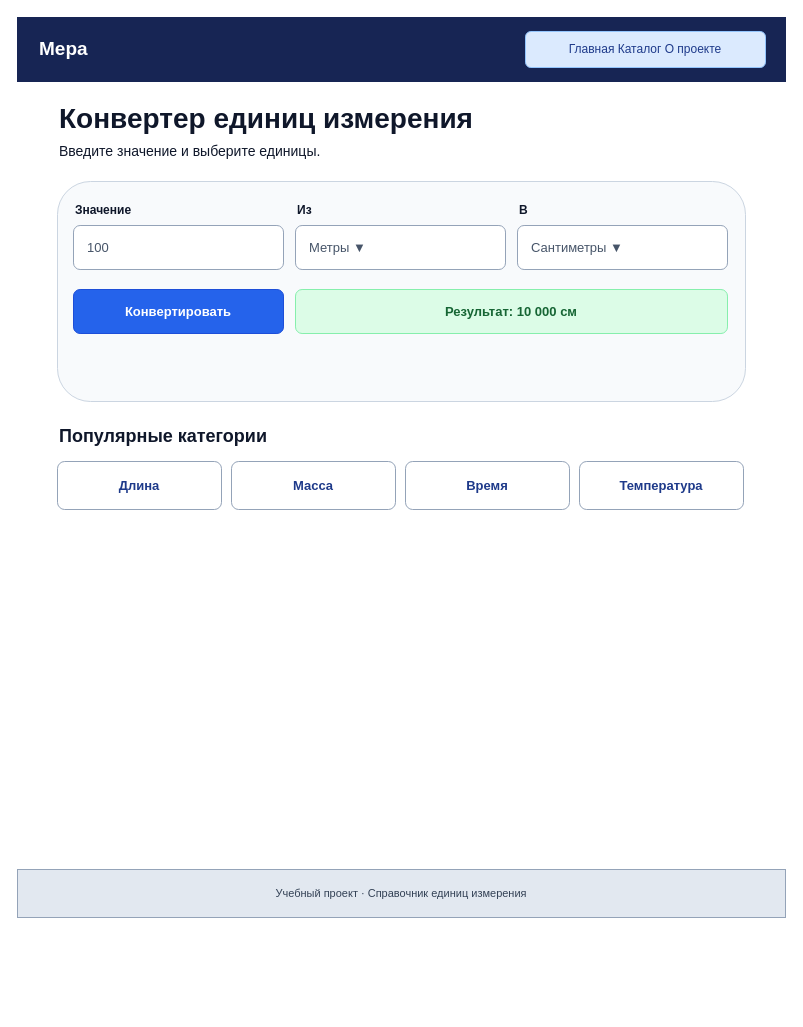
Anatoly-Sobolev/web keeps this draw.io diagram as page "Главная и конвертер — Tablet" (3 of 11) of design/prototypes.drawio. Above is the earlier version. Source tidied: cells renumbered, new cells numbered last; positions are measured from the earlier drawing's top-left corner, leaving out a move shared by most shapes. Both pictures are drawn from the tidied source at 100%, with x=0, y=0 at pixel (17, 17).
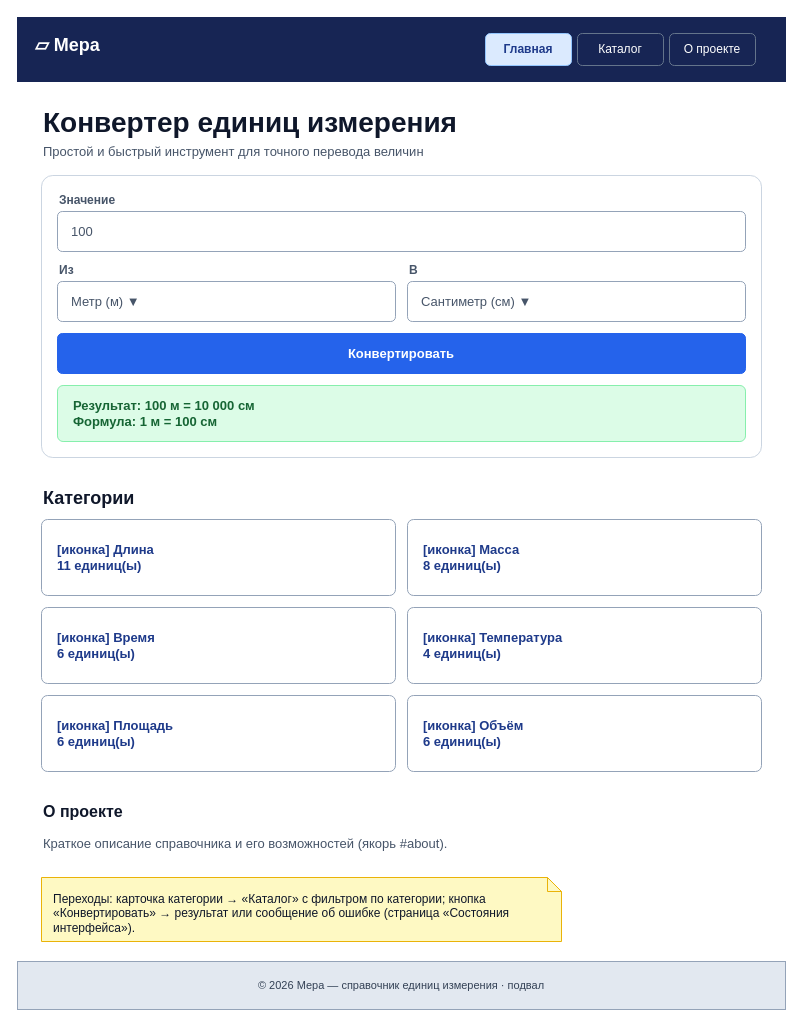
The same diagram, later.

What changed in the source:
```diff
@@
-    <mxCell id="2" value="Мера" style="rounded=0;whiteSpace=wrap;html=1;fillColor=#172554;strokeColor=#172554;fontColor=#ffffff;fontSize=19;fontStyle=1;align=left;spacingLeft=20;" parent="1" vertex="1">
-      <mxGeometry width="768" height="64" as="geometry" />
-    </mxCell>
-    <mxCell id="3" value="Главная   Каталог   О проекте" style="rounded=1;whiteSpace=wrap;html=1;fillColor=#dbeafe;strokeColor=#93c5fd;fontColor=#1e3a8a;fontSize=12;" parent="1" vertex="1">
-      <mxGeometry x="508" y="14" width="240" height="36" as="geometry" />
-    </mxCell>
+    <mxCell id="21" style="rounded=0;whiteSpace=wrap;html=1;fillColor=#172554;strokeColor=#172554;" parent="1" vertex="1">
+      <mxGeometry width="768" height="64" as="geometry" />
+    </mxCell>
+    <mxCell id="22" value="▱ Мера" style="text;html=1;strokeColor=none;fillColor=none;fontColor=#ffffff;fontSize=18;fontStyle=1;align=left;verticalAlign=middle;" parent="1" vertex="1">
+      <mxGeometry x="16" y="12" width="110" height="32" as="geometry" />
+    </mxCell>
+    <mxCell id="23" value="Главная" style="rounded=1;whiteSpace=wrap;html=1;fillColor=#dbeafe;strokeColor=#93c5fd;fontColor=#1e3a8a;fontSize=12;fontStyle=1;" parent="1" vertex="1">
+      <mxGeometry x="468" y="16" width="86" height="32" as="geometry" />
+    </mxCell>
+    <mxCell id="24" value="Каталог" style="rounded=1;whiteSpace=wrap;html=1;fillColor=none;strokeColor=#64748b;fontColor=#ffffff;fontSize=12;fontStyle=0;" parent="1" vertex="1">
+      <mxGeometry x="560" y="16" width="86" height="32" as="geometry" />
+    </mxCell>
+    <mxCell id="25" value="О проекте" style="rounded=1;whiteSpace=wrap;html=1;fillColor=none;strokeColor=#64748b;fontColor=#ffffff;fontSize=12;fontStyle=0;" parent="1" vertex="1">
+      <mxGeometry x="652" y="16" width="86" height="32" as="geometry" />
+    </mxCell>
     <mxCell id="4" value="Конвертер единиц измерения" style="text;html=1;strokeColor=none;fillColor=none;align=left;verticalAlign=middle;whiteSpace=wrap;fontSize=28;fontStyle=1;fontColor=#0f172a;" parent="1" vertex="1">
-      <mxGeometry x="40" y="82" width="688" height="38" as="geometry" />
+      <mxGeometry x="24" y="88" width="720" height="34" as="geometry" />
     </mxCell>
-    <mxCell id="5" value="Введите значение и выберите единицы." style="text;html=1;strokeColor=none;fillColor=none;align=left;verticalAlign=middle;whiteSpace=wrap;fontSize=14;fontStyle=0;fontColor=#0f172a;" parent="1" vertex="1">
-      <mxGeometry x="40" y="120" width="688" height="28" as="geometry" />
-    </mxCell>
-    <mxCell id="6" style="rounded=1;whiteSpace=wrap;html=1;fillColor=#f8fafc;strokeColor=#cbd5e1;" parent="1" vertex="1">
-      <mxGeometry x="40" y="164" width="688" height="220" as="geometry" />
-    </mxCell>
+    <mxCell id="26" value="Простой и быстрый инструмент для точного перевода величин" style="text;html=1;strokeColor=none;fillColor=none;align=left;verticalAlign=middle;whiteSpace=wrap;fontSize=13;fontStyle=0;fontColor=#475569;" parent="1" vertex="1">
+      <mxGeometry x="24" y="122" width="720" height="24" as="geometry" />
+    </mxCell>
+    <mxCell id="27" style="rounded=1;arcSize=4;whiteSpace=wrap;html=1;fillColor=#ffffff;strokeColor=#cbd5e1;" parent="1" vertex="1">
+      <mxGeometry x="24" y="158" width="720" height="282" as="geometry" />
+    </mxCell>
-    <mxCell id="7" value="Значение" style="text;html=1;strokeColor=none;fillColor=none;align=left;verticalAlign=middle;whiteSpace=wrap;fontSize=12;fontStyle=1;fontColor=#0f172a;" parent="1" vertex="1">
-      <mxGeometry x="56" y="182" width="210" height="22" as="geometry" />
+    <mxCell id="7" value="Значение" style="text;html=1;strokeColor=none;fillColor=none;align=left;verticalAlign=middle;whiteSpace=wrap;fontSize=12;fontStyle=1;fontColor=#475569;" parent="1" vertex="1">
+      <mxGeometry x="40" y="174" width="688" height="18" as="geometry" />
     </mxCell>
+    <mxCell id="10" value="100" style="rounded=1;arcSize=12;whiteSpace=wrap;html=1;fillColor=#ffffff;strokeColor=#94a3b8;fontColor=#475569;align=left;spacingLeft=12;fontSize=13;" parent="1" vertex="1">
+      <mxGeometry x="40" y="194" width="688" height="40" as="geometry" />
+    </mxCell>
-    <mxCell id="8" value="Из" style="text;html=1;strokeColor=none;fillColor=none;align=left;verticalAlign=middle;whiteSpace=wrap;fontSize=12;fontStyle=1;fontColor=#0f172a;" parent="1" vertex="1">
-      <mxGeometry x="278" y="182" width="210" height="22" as="geometry" />
+    <mxCell id="8" value="Из" style="text;html=1;strokeColor=none;fillColor=none;align=left;verticalAlign=middle;whiteSpace=wrap;fontSize=12;fontStyle=1;fontColor=#475569;" parent="1" vertex="1">
+      <mxGeometry x="40" y="244" width="338" height="18" as="geometry" />
     </mxCell>
-    <mxCell id="9" value="В" style="text;html=1;strokeColor=none;fillColor=none;align=left;verticalAlign=middle;whiteSpace=wrap;fontSize=12;fontStyle=1;fontColor=#0f172a;" parent="1" vertex="1">
-      <mxGeometry x="500" y="182" width="210" height="22" as="geometry" />
+    <mxCell id="9" value="В" style="text;html=1;strokeColor=none;fillColor=none;align=left;verticalAlign=middle;whiteSpace=wrap;fontSize=12;fontStyle=1;fontColor=#475569;" parent="1" vertex="1">
+      <mxGeometry x="390" y="244" width="338" height="18" as="geometry" />
     </mxCell>
-    <mxCell id="10" value="100" style="rounded=1;whiteSpace=wrap;html=1;fillColor=#ffffff;strokeColor=#94a3b8;fontColor=#475569;align=left;spacingLeft=12;fontSize=13;" parent="1" vertex="1">
-      <mxGeometry x="56" y="208" width="210" height="44" as="geometry" />
-    </mxCell>
-    <mxCell id="11" value="Метры ▼" style="rounded=1;whiteSpace=wrap;html=1;fillColor=#ffffff;strokeColor=#94a3b8;fontColor=#475569;align=left;spacingLeft=12;fontSize=13;" parent="1" vertex="1">
-      <mxGeometry x="278" y="208" width="210" height="44" as="geometry" />
-    </mxCell>
-    <mxCell id="12" value="Сантиметры ▼" style="rounded=1;whiteSpace=wrap;html=1;fillColor=#ffffff;strokeColor=#94a3b8;fontColor=#475569;align=left;spacingLeft=12;fontSize=13;" parent="1" vertex="1">
-      <mxGeometry x="500" y="208" width="210" height="44" as="geometry" />
-    </mxCell>
+    <mxCell id="28" value="Метр (м) ▼" style="rounded=1;arcSize=12;whiteSpace=wrap;html=1;fillColor=#ffffff;strokeColor=#94a3b8;fontColor=#475569;align=left;spacingLeft=12;fontSize=13;" parent="1" vertex="1">
+      <mxGeometry x="40" y="264" width="338" height="40" as="geometry" />
+    </mxCell>
+    <mxCell id="29" value="Сантиметр (см) ▼" style="rounded=1;arcSize=12;whiteSpace=wrap;html=1;fillColor=#ffffff;strokeColor=#94a3b8;fontColor=#475569;align=left;spacingLeft=12;fontSize=13;" parent="1" vertex="1">
+      <mxGeometry x="390" y="264" width="338" height="40" as="geometry" />
+    </mxCell>
-    <mxCell id="13" value="Конвертировать" style="rounded=1;whiteSpace=wrap;html=1;fillColor=#2563eb;strokeColor=#1d4ed8;fontColor=#ffffff;fontStyle=1;fontSize=13;" parent="1" vertex="1">
-      <mxGeometry x="56" y="272" width="210" height="44" as="geometry" />
+    <mxCell id="13" value="Конвертировать" style="rounded=1;arcSize=12;whiteSpace=wrap;html=1;fillColor=#2563eb;strokeColor=#2563eb;fontColor=#ffffff;fontStyle=1;fontSize=13;" parent="1" vertex="1">
+      <mxGeometry x="40" y="316" width="688" height="40" as="geometry" />
     </mxCell>
-    <mxCell id="14" value="Результат: 10 000 см" style="rounded=1;whiteSpace=wrap;html=1;fillColor=#dcfce7;strokeColor=#86efac;fontColor=#166534;fontStyle=1;fontSize=13;" parent="1" vertex="1">
-      <mxGeometry x="278" y="272" width="432" height="44" as="geometry" />
-    </mxCell>
-    <mxCell id="15" value="Популярные категории" style="text;html=1;strokeColor=none;fillColor=none;align=left;verticalAlign=middle;whiteSpace=wrap;fontSize=18;fontStyle=1;fontColor=#0f172a;" parent="1" vertex="1">
-      <mxGeometry x="40" y="404" width="688" height="30" as="geometry" />
-    </mxCell>
-    <mxCell id="16" value="Длина" style="rounded=1;whiteSpace=wrap;html=1;fillColor=#ffffff;strokeColor=#94a3b8;fontColor=#1e3a8a;fontStyle=1;fontSize=13;" parent="1" vertex="1">
-      <mxGeometry x="40" y="444" width="164" height="48" as="geometry" />
-    </mxCell>
-    <mxCell id="17" value="Масса" style="rounded=1;whiteSpace=wrap;html=1;fillColor=#ffffff;strokeColor=#94a3b8;fontColor=#1e3a8a;fontStyle=1;fontSize=13;" parent="1" vertex="1">
-      <mxGeometry x="214" y="444" width="164" height="48" as="geometry" />
-    </mxCell>
-    <mxCell id="18" value="Время" style="rounded=1;whiteSpace=wrap;html=1;fillColor=#ffffff;strokeColor=#94a3b8;fontColor=#1e3a8a;fontStyle=1;fontSize=13;" parent="1" vertex="1">
-      <mxGeometry x="388" y="444" width="164" height="48" as="geometry" />
-    </mxCell>
-    <mxCell id="19" value="Температура" style="rounded=1;whiteSpace=wrap;html=1;fillColor=#ffffff;strokeColor=#94a3b8;fontColor=#1e3a8a;fontStyle=1;fontSize=13;" parent="1" vertex="1">
-      <mxGeometry x="562" y="444" width="164" height="48" as="geometry" />
-    </mxCell>
-    <mxCell id="20" value="Учебный проект · Справочник единиц измерения" style="rounded=0;whiteSpace=wrap;html=1;fillColor=#e2e8f0;strokeColor=#94a3b8;fontColor=#334155;fontSize=11;" parent="1" vertex="1">
-      <mxGeometry y="852" width="768" height="48" as="geometry" />
-    </mxCell>
+    <mxCell id="30" value="Результат: 100 м = 10 000 см&#10;Формула: 1 м = 100 см" style="rounded=1;arcSize=10;whiteSpace=wrap;html=1;fillColor=#dcfce7;strokeColor=#86efac;fontColor=#166534;fontStyle=1;fontSize=13;align=left;spacingLeft=14;" parent="1" vertex="1">
+      <mxGeometry x="40" y="368" width="688" height="56" as="geometry" />
+    </mxCell>
+    <mxCell id="31" value="Категории" style="text;html=1;strokeColor=none;fillColor=none;align=left;verticalAlign=middle;whiteSpace=wrap;fontSize=18;fontStyle=1;fontColor=#0f172a;" parent="1" vertex="1">
+      <mxGeometry x="24" y="468" width="720" height="26" as="geometry" />
+    </mxCell>
+    <mxCell id="32" value="[иконка]  Длина&#10;11 единиц(ы)" style="rounded=1;arcSize=8;whiteSpace=wrap;html=1;fillColor=#ffffff;strokeColor=#94a3b8;fontColor=#1e3a8a;fontStyle=1;fontSize=13;align=left;spacingLeft=14;" parent="1" vertex="1">
+      <mxGeometry x="24" y="502" width="354" height="76" as="geometry" />
+    </mxCell>
+    <mxCell id="33" value="[иконка]  Масса&#10;8 единиц(ы)" style="rounded=1;arcSize=8;whiteSpace=wrap;html=1;fillColor=#ffffff;strokeColor=#94a3b8;fontColor=#1e3a8a;fontStyle=1;fontSize=13;align=left;spacingLeft=14;" parent="1" vertex="1">
+      <mxGeometry x="390" y="502" width="354" height="76" as="geometry" />
+    </mxCell>
+    <mxCell id="34" value="[иконка]  Время&#10;6 единиц(ы)" style="rounded=1;arcSize=8;whiteSpace=wrap;html=1;fillColor=#ffffff;strokeColor=#94a3b8;fontColor=#1e3a8a;fontStyle=1;fontSize=13;align=left;spacingLeft=14;" parent="1" vertex="1">
+      <mxGeometry x="24" y="590" width="354" height="76" as="geometry" />
+    </mxCell>
+    <mxCell id="35" value="[иконка]  Температура&#10;4 единиц(ы)" style="rounded=1;arcSize=8;whiteSpace=wrap;html=1;fillColor=#ffffff;strokeColor=#94a3b8;fontColor=#1e3a8a;fontStyle=1;fontSize=13;align=left;spacingLeft=14;" parent="1" vertex="1">
+      <mxGeometry x="390" y="590" width="354" height="76" as="geometry" />
+    </mxCell>
+    <mxCell id="36" value="[иконка]  Площадь&#10;6 единиц(ы)" style="rounded=1;arcSize=8;whiteSpace=wrap;html=1;fillColor=#ffffff;strokeColor=#94a3b8;fontColor=#1e3a8a;fontStyle=1;fontSize=13;align=left;spacingLeft=14;" parent="1" vertex="1">
+      <mxGeometry x="24" y="678" width="354" height="76" as="geometry" />
+    </mxCell>
+    <mxCell id="37" value="[иконка]  Объём&#10;6 единиц(ы)" style="rounded=1;arcSize=8;whiteSpace=wrap;html=1;fillColor=#ffffff;strokeColor=#94a3b8;fontColor=#1e3a8a;fontStyle=1;fontSize=13;align=left;spacingLeft=14;" parent="1" vertex="1">
+      <mxGeometry x="390" y="678" width="354" height="76" as="geometry" />
+    </mxCell>
+    <mxCell id="38" value="О проекте" style="text;html=1;strokeColor=none;fillColor=none;align=left;verticalAlign=middle;whiteSpace=wrap;fontSize=16;fontStyle=1;fontColor=#0f172a;" parent="1" vertex="1">
+      <mxGeometry x="24" y="782" width="720" height="24" as="geometry" />
+    </mxCell>
+    <mxCell id="39" value="Краткое описание справочника и его возможностей (якорь #about)." style="text;html=1;strokeColor=none;fillColor=none;align=left;verticalAlign=middle;whiteSpace=wrap;fontSize=13;fontStyle=0;fontColor=#475569;" parent="1" vertex="1">
+      <mxGeometry x="24" y="808" width="720" height="36" as="geometry" />
+    </mxCell>
+    <mxCell id="40" value="Переходы: карточка категории → «Каталог» с фильтром по категории; кнопка «Конвертировать» → результат или сообщение об ошибке (страница «Состояния интерфейса»)." style="shape=note;size=14;whiteSpace=wrap;html=1;fillColor=#fef9c3;strokeColor=#eab308;fontColor=#0f172a;fontSize=12;align=left;spacingLeft=10;spacingRight=10;verticalAlign=top;spacingTop=8;" parent="1" vertex="1">
+      <mxGeometry x="24" y="860" width="520" height="64" as="geometry" />
+    </mxCell>
+    <mxCell id="41" value="© 2026 Мера — справочник единиц измерения · подвал" style="rounded=0;whiteSpace=wrap;html=1;fillColor=#e2e8f0;strokeColor=#94a3b8;fontColor=#334155;fontSize=11;" parent="1" vertex="1">
+      <mxGeometry y="944" width="768" height="48" as="geometry" />
+    </mxCell>
```
